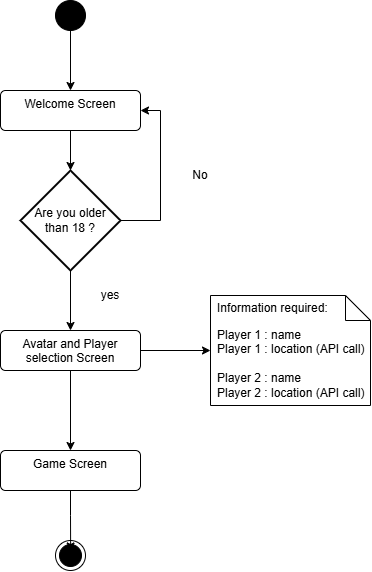
Before: src/welcomePage/ressources/images/GameProcessDiagram.drawio.png, a diagram exported from draw.io (FlorentEpiney/SunCity). Source tidied: cells renumbered, new cells last; positions are measured from the earlier drawing's top-left corner, leaving out a move shared by most shapes.
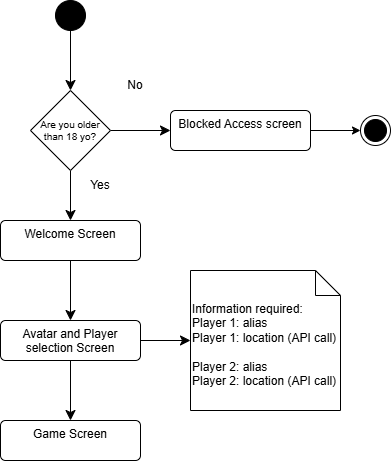
After the commit.

Change to the diagram source:
```diff
@@ -1,62 +1,57 @@
 <mxGraphModel>
   <root>
-    <mxCell id="0" />
-    <mxCell id="1" parent="0" />
-    <mxCell id="2" style="edgeStyle=orthogonalEdgeStyle;rounded=0;jettySize=auto;html=1;" parent="1" edge="1" source="3" target="5">
-      <mxGeometry relative="1" as="geometry" />
-    </mxCell>
-    <mxCell id="3" style="ellipse;fillColor=strokeColor;html=1;" parent="1" vertex="1">
-      <mxGeometry x="55" width="30" height="30" as="geometry" />
-    </mxCell>
-    <mxCell id="4" style="edgeStyle=orthogonalEdgeStyle;rounded=0;jettySize=auto;html=1;exitX=0.5;exitY=1;exitDx=0;exitDy=0;" parent="1" edge="1" source="5" target="14">
-      <mxGeometry relative="1" as="geometry" />
-    </mxCell>
+    <mxCell id="19" />
+    <mxCell id="20" parent="19" />
+    <mxCell id="21" style="edgeStyle=none;curved=1;rounded=0;jettySize=auto;html=1;entryX=0.5;entryY=0;entryDx=0;entryDy=0;fontSize=12;startSize=8;endSize=8;" parent="20" edge="1" source="22" target="30">
+      <mxGeometry relative="1" as="geometry" />
+    </mxCell>
+    <mxCell id="22" style="ellipse;fillColor=strokeColor;html=1;" parent="20" vertex="1">
+      <mxGeometry x="-85" y="-50" width="30" height="30" as="geometry" />
+    </mxCell>
+    <mxCell id="23" style="edgeStyle=none;curved=1;rounded=0;jettySize=auto;html=1;entryX=0.5;entryY=0;entryDx=0;entryDy=0;fontSize=12;startSize=8;endSize=8;" parent="20" edge="1" source="5" target="8">
+      <mxGeometry relative="1" as="geometry" />
+    </mxCell>
-    <mxCell id="5" value="Welcome Screen" style="html=1;align=center;verticalAlign=top;rounded=1;absoluteArcSize=1;arcSize=10;dashed=0;whiteSpace=wrap;" parent="1" vertex="1">
-      <mxGeometry y="90" width="140" height="40" as="geometry" />
+    <mxCell id="5" value="Welcome Screen" style="html=1;align=center;verticalAlign=top;rounded=1;absoluteArcSize=1;arcSize=10;dashed=0;whiteSpace=wrap;" parent="20" vertex="1">
+      <mxGeometry x="-140" y="170" width="140" height="40" as="geometry" />
     </mxCell>
-    <mxCell id="6" style="edgeStyle=orthogonalEdgeStyle;rounded=0;jettySize=auto;html=1;" parent="1" edge="1" source="8" target="10">
-      <mxGeometry relative="1" as="geometry" />
-    </mxCell>
+    <mxCell id="24" style="edgeStyle=orthogonalEdgeStyle;rounded=0;jettySize=auto;html=1;entryX=0;entryY=0.5;entryDx=0;entryDy=0;" parent="20" edge="1" source="25" target="26">
+      <mxGeometry relative="1" as="geometry" />
+    </mxCell>
+    <mxCell id="25" value="Blocked Access screen" style="html=1;align=center;verticalAlign=top;rounded=1;absoluteArcSize=1;arcSize=10;dashed=0;whiteSpace=wrap;" parent="20" vertex="1">
+      <mxGeometry x="30" y="60" width="140" height="40" as="geometry" />
+    </mxCell>
+    <mxCell id="9" value="Game Screen" style="html=1;align=center;verticalAlign=top;rounded=1;absoluteArcSize=1;arcSize=10;dashed=0;whiteSpace=wrap;" parent="20" vertex="1">
+      <mxGeometry x="-140" y="370" width="140" height="40" as="geometry" />
+    </mxCell>
+    <mxCell id="26" style="ellipse;html=1;shape=endState;fillColor=strokeColor;" parent="20" vertex="1">
+      <mxGeometry x="220" y="65" width="30" height="30" as="geometry" />
+    </mxCell>
+    <mxCell id="27" value="Yes" style="text;html=1;align=center;verticalAlign=middle;whiteSpace=wrap;rounded=0;" parent="20" vertex="1">
+      <mxGeometry x="-70" y="120" width="60" height="30" as="geometry" />
+    </mxCell>
+    <mxCell id="18" value="No" style="text;html=1;align=center;verticalAlign=middle;whiteSpace=wrap;rounded=0;" parent="20" vertex="1">
+      <mxGeometry x="-35" y="20" width="60" height="30" as="geometry" />
+    </mxCell>
+    <mxCell id="28" style="edgeStyle=none;curved=1;rounded=0;jettySize=auto;html=1;entryX=0.5;entryY=0;entryDx=0;entryDy=0;fontSize=12;startSize=8;endSize=8;" parent="20" edge="1" source="30" target="5">
+      <mxGeometry relative="1" as="geometry" />
+    </mxCell>
+    <mxCell id="29" style="edgeStyle=none;curved=1;rounded=0;jettySize=auto;html=1;entryX=0;entryY=0.5;entryDx=0;entryDy=0;fontSize=12;startSize=8;endSize=8;" parent="20" edge="1" source="30" target="25">
+      <mxGeometry relative="1" as="geometry" />
+    </mxCell>
+    <mxCell id="30" value="Are you older than 18 yo?" style="rhombus;whiteSpace=wrap;html=1;fontSize=10;" parent="20" vertex="1">
+      <mxGeometry x="-110" y="40" width="80" height="80" as="geometry" />
+    </mxCell>
-    <mxCell id="7" style="edgeStyle=orthogonalEdgeStyle;rounded=0;jettySize=auto;html=1;" parent="1" edge="1" source="8" target="9">
+    <mxCell id="7" style="edgeStyle=none;curved=1;rounded=0;jettySize=auto;html=1;entryX=0.5;entryY=0;entryDx=0;entryDy=0;fontSize=12;startSize=8;endSize=8;" parent="20" edge="1" source="8" target="9">
       <mxGeometry relative="1" as="geometry" />
     </mxCell>
-    <mxCell id="8" value="Avatar and Player selection Screen" style="html=1;align=center;verticalAlign=top;rounded=1;absoluteArcSize=1;arcSize=10;dashed=0;whiteSpace=wrap;" parent="1" vertex="1">
-      <mxGeometry y="330" width="140" height="40" as="geometry" />
+    <mxCell id="8" value="Avatar and Player selection Screen" style="html=1;align=center;verticalAlign=top;rounded=1;absoluteArcSize=1;arcSize=10;dashed=0;whiteSpace=wrap;" parent="20" vertex="1">
+      <mxGeometry x="-140" y="270" width="140" height="40" as="geometry" />
     </mxCell>
-    <mxCell id="9" value="Game Screen" style="html=1;align=center;verticalAlign=top;rounded=1;absoluteArcSize=1;arcSize=10;dashed=0;whiteSpace=wrap;" parent="1" vertex="1">
-      <mxGeometry y="450" width="140" height="40" as="geometry" />
-    </mxCell>
-    <mxCell id="10" value="Player 1 : name&lt;div&gt;Player 1 : location (API call)&lt;/div&gt;&lt;div&gt;&lt;br&gt;&lt;div&gt;Player 2 : name&lt;/div&gt;&lt;div&gt;Player 2 : location (API call)&lt;/div&gt;&lt;div&gt;&lt;br&gt;&lt;/div&gt;&lt;/div&gt;" style="shape=note2;boundedLbl=1;whiteSpace=wrap;html=1;size=25;verticalAlign=top;align=left;spacingLeft=5;" parent="1" vertex="1">
-      <mxGeometry x="210" y="295" width="160" height="110" as="geometry" />
-    </mxCell>
-    <mxCell id="11" value="Information required:" style="strokeColor=none;fillColor=none;align=left;spacingLeft=5;html=1;whiteSpace=wrap;" parent="10" vertex="1">
-      <mxGeometry width="160" height="25" relative="1" as="geometry" />
-    </mxCell>
-    <mxCell id="12" style="edgeStyle=orthogonalEdgeStyle;rounded=0;jettySize=auto;html=1;" parent="1" edge="1" source="14" target="8">
-      <mxGeometry relative="1" as="geometry" />
-    </mxCell>
-    <mxCell id="13" style="edgeStyle=orthogonalEdgeStyle;rounded=0;jettySize=auto;html=1;entryX=1;entryY=0.5;entryDx=0;entryDy=0;" parent="1" edge="1" source="14" target="5">
-      <mxGeometry relative="1" as="geometry">
-        <Array as="points">
-          <mxPoint x="160" y="220" />
-          <mxPoint x="160" y="110" />
-        </Array>
-      </mxGeometry>
-    </mxCell>
-    <mxCell id="14" value="Are you older than 18 ?" style="strokeWidth=2;html=1;shape=mxgraph.flowchart.decision;whiteSpace=wrap;" parent="1" vertex="1">
-      <mxGeometry x="20" y="170" width="100" height="100" as="geometry" />
-    </mxCell>
-    <mxCell id="15" style="ellipse;html=1;shape=endState;fillColor=strokeColor;" parent="1" vertex="1">
-      <mxGeometry x="55" y="540" width="30" height="30" as="geometry" />
-    </mxCell>
-    <mxCell id="16" style="edgeStyle=orthogonalEdgeStyle;rounded=0;jettySize=auto;html=1;exitX=0.5;exitY=1;exitDx=0;exitDy=0;entryX=0.505;entryY=0.349;entryDx=0;entryDy=0;entryPerimeter=0;" parent="1" edge="1" source="9" target="15">
-      <mxGeometry relative="1" as="geometry" />
-    </mxCell>
-    <mxCell id="17" value="yes" style="text;html=1;align=center;verticalAlign=middle;whiteSpace=wrap;rounded=0;" parent="1" vertex="1">
-      <mxGeometry x="80" y="280" width="60" height="30" as="geometry" />
-    </mxCell>
-    <mxCell id="18" value="No" style="text;html=1;align=center;verticalAlign=middle;whiteSpace=wrap;rounded=0;" parent="1" vertex="1">
-      <mxGeometry x="170" y="160" width="60" height="30" as="geometry" />
-    </mxCell>
+    <mxCell id="31" value="Information required:&lt;div&gt;Player 1: alias&lt;/div&gt;&lt;div&gt;Player 1: location (API call)&lt;/div&gt;&lt;div&gt;&lt;br&gt;&lt;/div&gt;&lt;div&gt;Player 2: alias&lt;/div&gt;&lt;div&gt;Player 2: location (API call)&lt;/div&gt;" style="shape=note2;boundedLbl=1;whiteSpace=wrap;html=1;size=25;verticalAlign=top;align=left;" parent="20" vertex="1">
+      <mxGeometry x="50" y="220" width="150" height="140" as="geometry" />
+    </mxCell>
+    <mxCell id="32" style="edgeStyle=none;curved=1;rounded=0;jettySize=auto;html=1;entryX=0;entryY=0.5;entryDx=0;entryDy=0;entryPerimeter=0;fontSize=12;startSize=8;endSize=8;" parent="20" edge="1" source="8" target="31">
+      <mxGeometry relative="1" as="geometry" />
+    </mxCell>
   </root>
 </mxGraphModel>
```
